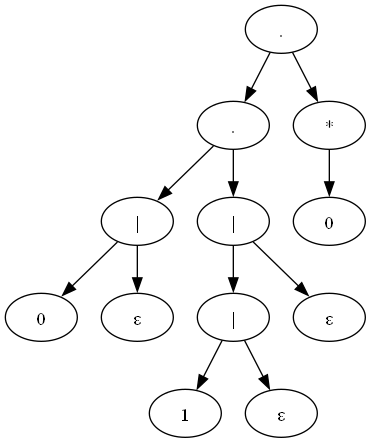
Before: AAImageTree/Tree0.gv.png, a diagram exported from Graphviz (Gerax5/COM-LB1). Its source is kept beside it as AAImageTree/Tree0.gv. The source it was exported from:
```dot
digraph "AAImageTree/Tree0" {
	A0 [label="."]
	A1 [label="."]
	A2 [label="|"]
	A3 [label=0]
	A4 [label="ε"]
	A5 [label="|"]
	A6 [label="|"]
	A7 [label=1]
	A8 [label="ε"]
	A9 [label="ε"]
	A10 [label="*"]
	A11 [label=0]
	A2 -> A3
	A2 -> A4
	A1 -> A2
	A6 -> A7
	A6 -> A8
	A5 -> A6
	A5 -> A9
	A1 -> A5
	A0 -> A1
	A10 -> A11
	A0 -> A10
}
```
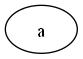
Above is the later version.

What changed in the source:
```diff
@@ -1,25 +1,3 @@
 digraph "AAImageTree/Tree0" {
-	A0 [label="."]
-	A1 [label="."]
-	A2 [label="|"]
-	A3 [label=0]
-	A4 [label="ε"]
-	A5 [label="|"]
-	A6 [label="|"]
-	A7 [label=1]
-	A8 [label="ε"]
-	A9 [label="ε"]
-	A10 [label="*"]
-	A11 [label=0]
-	A2 -> A3
-	A2 -> A4
-	A1 -> A2
-	A6 -> A7
-	A6 -> A8
-	A5 -> A6
-	A5 -> A9
-	A1 -> A5
-	A0 -> A1
-	A10 -> A11
-	A0 -> A10
+	A0 [label=a]
 }
```
